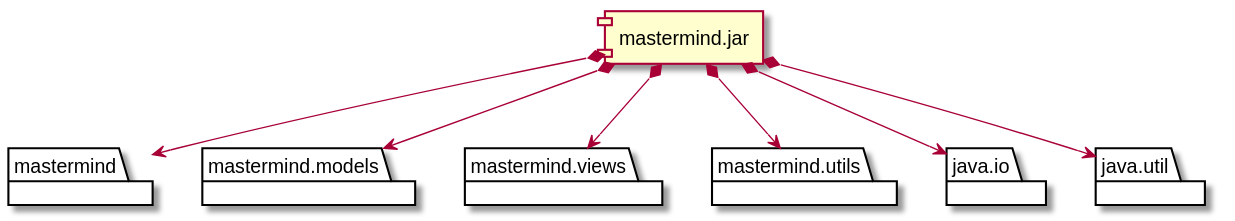
This is docs/images/diagramaImplementacion.svg from EscuelaIt/USantaTecla-game-mastermind-java, a PlantUML export, as it was before one commit.
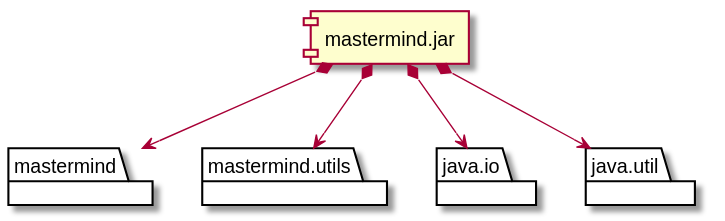
After the commit.

Diff of the diagram source:
```diff
@@ -1,10 +1,6 @@
 @startuml
 
 package "  "  as mastermind {
-}
-package "  "  as mastermind.models {
-}
-package "  "  as mastermind.views {
 }
 package "  "  as mastermind.utils {
 }
@@ -16,8 +12,6 @@
 [mastermind.jar] as jar
 
 jar *--> mastermind
-jar *--> mastermind.models
-jar *--> mastermind.views
 jar *--> mastermind.utils
 jar *--> java.io
 jar *--> java.util
```
